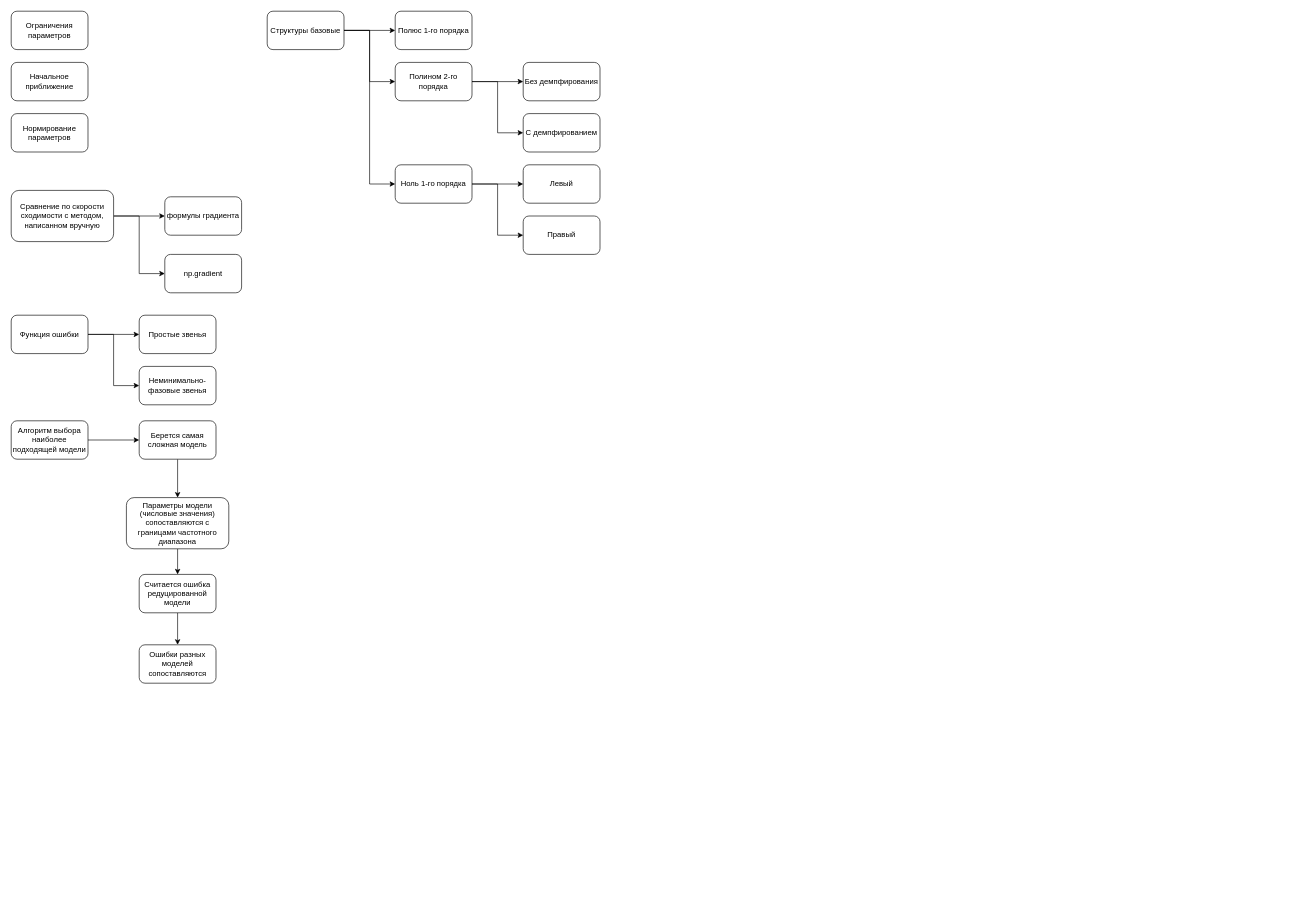
Before: diagrams/plan.drawio in romangorbunov91/frequency-models, a draw.io diagram. Source tidied: cells renumbered, new cells numbered last; positions are measured from the earlier drawing's top-left corner, leaving out a move shared by most shapes. Both pictures are drawn from the tidied source at 64%, with x=0, y=0 at pixel (11, 11).
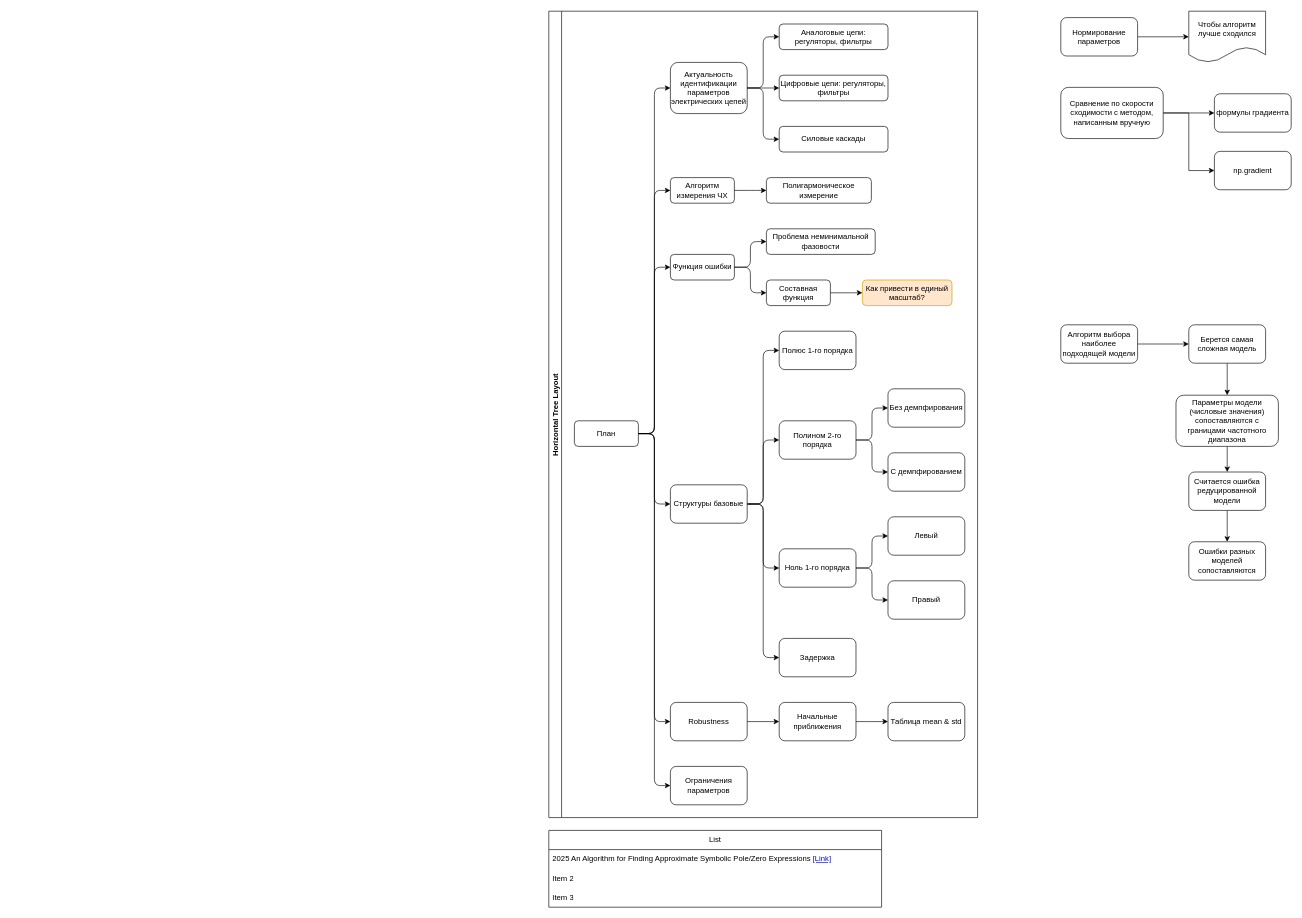
Above is the later version.

The edit, as a diff of the source:
```diff
@@
-    <mxCell id="2" style="edgeStyle=orthogonalEdgeStyle;rounded=0;jettySize=auto;html=1;" parent="1" edge="1" source="4" target="5">
-      <mxGeometry relative="1" as="geometry" />
-    </mxCell>
-    <mxCell id="3" style="edgeStyle=orthogonalEdgeStyle;rounded=0;jettySize=auto;html=1;entryX=0;entryY=0.5;entryDx=0;entryDy=0;" parent="1" edge="1" source="4" target="22">
-      <mxGeometry relative="1" as="geometry" />
-    </mxCell>
+    <mxCell id="39" value="List" style="swimlane;fontStyle=0;horizontal=1;startSize=30;whiteSpace=wrap;html=1;" parent="1" vertex="1">
+      <mxGeometry x="840" y="1280" width="520" height="120" as="geometry" />
+    </mxCell>
+    <mxCell id="40" value="&lt;span style=&quot;text-align: center;&quot;&gt;2025 An Algorithm for Finding Approximate Symbolic Pole/Zero Expressions &lt;a href=&quot;https://www.mdpi.com/2227-7390/13/20/3314&quot;&gt;[Link]&lt;/a&gt;&lt;/span&gt;" style="text;strokeColor=none;fillColor=none;align=left;verticalAlign=middle;spacingLeft=4;spacingRight=4;overflow=hidden;whiteSpace=wrap;html=1;" parent="39" vertex="1">
+      <mxGeometry y="30" width="520" height="30" as="geometry" />
+    </mxCell>
+    <mxCell id="41" value="Item 2" style="text;strokeColor=none;fillColor=none;align=left;verticalAlign=middle;spacingLeft=4;spacingRight=4;overflow=hidden;whiteSpace=wrap;html=1;" parent="39" vertex="1">
+      <mxGeometry y="60" width="520" height="30" as="geometry" />
+    </mxCell>
+    <mxCell id="42" value="Item 3" style="text;strokeColor=none;fillColor=none;align=left;verticalAlign=middle;spacingLeft=4;spacingRight=4;overflow=hidden;whiteSpace=wrap;html=1;" parent="39" vertex="1">
+      <mxGeometry y="90" width="520" height="30" as="geometry" />
+    </mxCell>
+    <mxCell id="43" value="Horizontal Tree Layout" style="swimlane;startSize=20;horizontal=0;horizontalTree=1;sortEdges=1;containerType=tree;fontSize=12;" parent="1" vertex="1">
+      <mxGeometry x="840" width="670" height="1260" as="geometry" />
+    </mxCell>
+    <mxCell id="44" value="План" style="whiteSpace=wrap;html=1;rounded=1;" parent="43" vertex="1">
+      <mxGeometry x="40" y="640" width="100" height="40" as="geometry" />
+    </mxCell>
+    <mxCell id="45" value="Актуальность идентификации параметров электрических цепей" style="whiteSpace=wrap;html=1;rounded=1;" parent="43" vertex="1">
+      <mxGeometry x="190" y="80" width="120" height="80" as="geometry" />
+    </mxCell>
+    <mxCell id="46" style="edgeStyle=elbowEdgeStyle;elbow=horizontal;html=1;rounded=1;curved=0;sourcePerimeterSpacing=0;targetPerimeterSpacing=0;startSize=6;endSize=6;" parent="43" edge="1" source="44" target="45">
+      <mxGeometry relative="1" as="geometry" />
+    </mxCell>
+    <mxCell id="47" value="Алгоритм измерения ЧХ" style="whiteSpace=wrap;html=1;rounded=1;" parent="43" vertex="1">
+      <mxGeometry x="190" y="260" width="100" height="40" as="geometry" />
+    </mxCell>
+    <mxCell id="48" style="edgeStyle=elbowEdgeStyle;elbow=horizontal;html=1;rounded=1;curved=0;sourcePerimeterSpacing=0;targetPerimeterSpacing=0;startSize=6;endSize=6;" parent="43" edge="1" source="44" target="47">
+      <mxGeometry relative="1" as="geometry" />
+    </mxCell>
+    <mxCell id="49" style="edgeStyle=elbowEdgeStyle;elbow=horizontal;html=1;rounded=1;curved=0;sourcePerimeterSpacing=0;targetPerimeterSpacing=0;startSize=6;endSize=6;" parent="43" edge="1" source="45" target="50">
+      <mxGeometry relative="1" as="geometry" />
+    </mxCell>
+    <mxCell id="50" value="Аналоговые цепи: регуляторы, фильтры" style="whiteSpace=wrap;html=1;rounded=1;" parent="43" vertex="1">
+      <mxGeometry x="360" y="20" width="170" height="40" as="geometry" />
+    </mxCell>
-    <mxCell id="4" value="Функция ошибки" style="whiteSpace=wrap;html=1;rounded=1;" parent="1" vertex="1">
-      <mxGeometry y="475" width="120" height="60" as="geometry" />
+    <mxCell id="4" value="Функция ошибки" style="whiteSpace=wrap;html=1;rounded=1;" parent="43" vertex="1">
+      <mxGeometry x="190" y="380" width="100" height="40" as="geometry" />
     </mxCell>
-    <mxCell id="5" value="Простые звенья" style="whiteSpace=wrap;html=1;rounded=1;" parent="1" vertex="1">
-      <mxGeometry x="200" y="475" width="120" height="60" as="geometry" />
-    </mxCell>
+    <mxCell id="51" style="edgeStyle=elbowEdgeStyle;elbow=horizontal;html=1;rounded=1;curved=0;sourcePerimeterSpacing=0;targetPerimeterSpacing=0;startSize=6;endSize=6;" parent="43" edge="1" source="44" target="4">
+      <mxGeometry relative="1" as="geometry" />
+    </mxCell>
+    <mxCell id="52" value="Цифровые цепи: регуляторы, фильтры" style="whiteSpace=wrap;html=1;rounded=1;" parent="43" vertex="1">
+      <mxGeometry x="360" y="100" width="170" height="40" as="geometry" />
+    </mxCell>
+    <mxCell id="53" style="edgeStyle=elbowEdgeStyle;elbow=horizontal;html=1;rounded=1;curved=0;sourcePerimeterSpacing=0;targetPerimeterSpacing=0;startSize=6;endSize=6;" parent="43" edge="1" source="45" target="52">
+      <mxGeometry relative="1" as="geometry" />
+    </mxCell>
+    <mxCell id="54" value="Силовые каскады" style="whiteSpace=wrap;html=1;rounded=1;" parent="43" vertex="1">
+      <mxGeometry x="360" y="180" width="170" height="40" as="geometry" />
+    </mxCell>
+    <mxCell id="55" style="edgeStyle=elbowEdgeStyle;elbow=horizontal;html=1;rounded=1;curved=0;sourcePerimeterSpacing=0;targetPerimeterSpacing=0;startSize=6;endSize=6;" parent="43" edge="1" source="45" target="54">
+      <mxGeometry relative="1" as="geometry" />
+    </mxCell>
+    <mxCell id="56" style="edgeStyle=elbowEdgeStyle;elbow=horizontal;html=1;rounded=1;curved=0;sourcePerimeterSpacing=0;targetPerimeterSpacing=0;startSize=6;endSize=6;" parent="43" edge="1" source="47" target="57">
+      <mxGeometry relative="1" as="geometry" />
+    </mxCell>
+    <mxCell id="57" value="Полигармоническое измерение" style="whiteSpace=wrap;html=1;rounded=1;" parent="43" vertex="1">
+      <mxGeometry x="340" y="260" width="164" height="40" as="geometry" />
+    </mxCell>
+    <mxCell id="58" style="edgeStyle=elbowEdgeStyle;elbow=horizontal;html=1;rounded=1;curved=0;sourcePerimeterSpacing=0;targetPerimeterSpacing=0;startSize=6;endSize=6;" parent="43" edge="1" source="4" target="59">
+      <mxGeometry relative="1" as="geometry" />
+    </mxCell>
+    <mxCell id="59" value="Проблема неминимальной фазовости" style="whiteSpace=wrap;html=1;rounded=1;" parent="43" vertex="1">
+      <mxGeometry x="340" y="340" width="170" height="40" as="geometry" />
+    </mxCell>
+    <mxCell id="60" value="Составная функция" style="whiteSpace=wrap;html=1;rounded=1;" parent="43" vertex="1">
+      <mxGeometry x="340" y="420" width="100" height="40" as="geometry" />
+    </mxCell>
+    <mxCell id="61" style="edgeStyle=elbowEdgeStyle;elbow=horizontal;html=1;rounded=1;curved=0;sourcePerimeterSpacing=0;targetPerimeterSpacing=0;startSize=6;endSize=6;" parent="43" edge="1" source="4" target="60">
+      <mxGeometry relative="1" as="geometry" />
+    </mxCell>
+    <mxCell id="62" style="edgeStyle=elbowEdgeStyle;elbow=horizontal;html=1;rounded=1;curved=0;sourcePerimeterSpacing=0;targetPerimeterSpacing=0;startSize=6;endSize=6;" parent="43" edge="1" source="60" target="63">
+      <mxGeometry relative="1" as="geometry" />
+    </mxCell>
+    <mxCell id="63" value="Как привести в единый масштаб?" style="whiteSpace=wrap;html=1;rounded=1;fillColor=#ffe6cc;strokeColor=#d79b00;" parent="43" vertex="1">
+      <mxGeometry x="490" y="420" width="140" height="40" as="geometry" />
+    </mxCell>
-    <mxCell id="6" style="edgeStyle=orthogonalEdgeStyle;rounded=0;jettySize=auto;html=1;" parent="1" edge="1" source="9" target="10">
+    <mxCell id="6" style="edgeStyle=elbowEdgeStyle;rounded=1;jettySize=auto;html=1;curved=0;" parent="43" edge="1" source="9" target="10">
       <mxGeometry relative="1" as="geometry" />
     </mxCell>
-    <mxCell id="7" style="edgeStyle=orthogonalEdgeStyle;rounded=0;jettySize=auto;html=1;entryX=0;entryY=0.5;entryDx=0;entryDy=0;" parent="1" edge="1" source="9" target="13">
+    <mxCell id="7" style="edgeStyle=elbowEdgeStyle;rounded=1;jettySize=auto;html=1;entryX=0;entryY=0.5;entryDx=0;entryDy=0;curved=0;" parent="43" edge="1" source="9" target="13">
       <mxGeometry relative="1" as="geometry" />
     </mxCell>
-    <mxCell id="8" style="edgeStyle=orthogonalEdgeStyle;rounded=0;jettySize=auto;html=1;entryX=0;entryY=0.5;entryDx=0;entryDy=0;" parent="1" edge="1" source="9" target="16">
+    <mxCell id="8" style="edgeStyle=elbowEdgeStyle;rounded=1;jettySize=auto;html=1;entryX=0;entryY=0.5;entryDx=0;entryDy=0;curved=0;" parent="43" edge="1" source="9" target="16">
       <mxGeometry relative="1" as="geometry" />
     </mxCell>
-    <mxCell id="9" value="Структуры базовые" style="whiteSpace=wrap;html=1;rounded=1;" parent="1" vertex="1">
-      <mxGeometry x="400" width="120" height="60" as="geometry" />
-    </mxCell>
+    <mxCell id="64" style="edgeStyle=elbowEdgeStyle;rounded=1;jettySize=auto;html=1;curved=0;" parent="43" edge="1" source="9" target="65">
+      <mxGeometry relative="1" as="geometry" />
+    </mxCell>
-    <mxCell id="10" value="Полюс 1-го порядка" style="whiteSpace=wrap;html=1;rounded=1;" parent="1" vertex="1">
-      <mxGeometry x="600" width="120" height="60" as="geometry" />
+    <mxCell id="10" value="Полюс 1-го порядка" style="whiteSpace=wrap;html=1;rounded=1;" parent="43" vertex="1">
+      <mxGeometry x="360" y="500" width="120" height="60" as="geometry" />
     </mxCell>
-    <mxCell id="11" style="edgeStyle=orthogonalEdgeStyle;rounded=0;jettySize=auto;html=1;" parent="1" edge="1" source="13" target="32">
+    <mxCell id="11" style="edgeStyle=elbowEdgeStyle;rounded=1;jettySize=auto;html=1;curved=0;" parent="43" edge="1" source="13" target="32">
       <mxGeometry relative="1" as="geometry" />
     </mxCell>
-    <mxCell id="12" style="edgeStyle=orthogonalEdgeStyle;rounded=0;jettySize=auto;html=1;entryX=0;entryY=0.5;entryDx=0;entryDy=0;" parent="1" edge="1" source="13" target="33">
-      <mxGeometry relative="1" as="geometry">
-        <Array as="points">
-          <mxPoint x="760" y="110" />
-          <mxPoint x="760" y="190" />
-        </Array>
-      </mxGeometry>
+    <mxCell id="12" style="edgeStyle=elbowEdgeStyle;rounded=1;jettySize=auto;html=1;entryX=0;entryY=0.5;entryDx=0;entryDy=0;curved=0;" parent="43" edge="1" source="13" target="33">
+      <mxGeometry relative="1" as="geometry" />
     </mxCell>
-    <mxCell id="13" value="Полином 2-го порядка" style="whiteSpace=wrap;html=1;rounded=1;" parent="1" vertex="1">
-      <mxGeometry x="600" y="80" width="120" height="60" as="geometry" />
+    <mxCell id="13" value="Полином 2-го порядка" style="whiteSpace=wrap;html=1;rounded=1;" parent="43" vertex="1">
+      <mxGeometry x="360" y="640" width="120" height="60" as="geometry" />
     </mxCell>
-    <mxCell id="14" style="edgeStyle=orthogonalEdgeStyle;rounded=0;jettySize=auto;html=1;" parent="1" edge="1" source="16" target="34">
+    <mxCell id="14" style="edgeStyle=elbowEdgeStyle;rounded=1;jettySize=auto;html=1;curved=0;" parent="43" edge="1" source="16" target="34">
       <mxGeometry relative="1" as="geometry" />
     </mxCell>
-    <mxCell id="15" style="edgeStyle=orthogonalEdgeStyle;rounded=0;jettySize=auto;html=1;entryX=0;entryY=0.5;entryDx=0;entryDy=0;" parent="1" edge="1" source="16" target="35">
-      <mxGeometry relative="1" as="geometry">
-        <Array as="points">
-          <mxPoint x="760" y="270" />
-          <mxPoint x="760" y="350" />
-        </Array>
-      </mxGeometry>
+    <mxCell id="15" style="edgeStyle=elbowEdgeStyle;rounded=1;jettySize=auto;html=1;entryX=0;entryY=0.5;entryDx=0;entryDy=0;curved=0;" parent="43" edge="1" source="16" target="35">
+      <mxGeometry relative="1" as="geometry" />
     </mxCell>
-    <mxCell id="16" value="Ноль 1-го порядка" style="whiteSpace=wrap;html=1;rounded=1;" parent="1" vertex="1">
-      <mxGeometry x="600" y="240" width="120" height="60" as="geometry" />
+    <mxCell id="16" value="Ноль 1-го порядка" style="whiteSpace=wrap;html=1;rounded=1;" parent="43" vertex="1">
+      <mxGeometry x="360" y="840" width="120" height="60" as="geometry" />
     </mxCell>
-    <mxCell id="17" style="edgeStyle=orthogonalEdgeStyle;rounded=0;jettySize=auto;html=1;entryX=0;entryY=0.5;entryDx=0;entryDy=0;" parent="1" edge="1" source="19" target="20">
-      <mxGeometry relative="1" as="geometry" />
-    </mxCell>
-    <mxCell id="18" style="edgeStyle=orthogonalEdgeStyle;rounded=0;jettySize=auto;html=1;entryX=0;entryY=0.5;entryDx=0;entryDy=0;" parent="1" edge="1" source="19" target="21">
-      <mxGeometry relative="1" as="geometry" />
-    </mxCell>
-    <mxCell id="19" value="Сравнение по скорости сходимости с методом, написанном вручную" style="rounded=1;whiteSpace=wrap;html=1;" parent="1" vertex="1">
-      <mxGeometry y="280" width="160" height="80" as="geometry" />
-    </mxCell>
+    <mxCell id="32" value="Без демпфирования" style="whiteSpace=wrap;html=1;rounded=1;" parent="43" vertex="1">
+      <mxGeometry x="530" y="590" width="120" height="60" as="geometry" />
+    </mxCell>
+    <mxCell id="33" value="С демпфированием" style="whiteSpace=wrap;html=1;rounded=1;" parent="43" vertex="1">
+      <mxGeometry x="530" y="690" width="120" height="60" as="geometry" />
+    </mxCell>
+    <mxCell id="34" value="Левый" style="whiteSpace=wrap;html=1;rounded=1;" parent="43" vertex="1">
+      <mxGeometry x="530" y="790" width="120" height="60" as="geometry" />
+    </mxCell>
+    <mxCell id="35" value="Правый" style="whiteSpace=wrap;html=1;rounded=1;" parent="43" vertex="1">
+      <mxGeometry x="530" y="890" width="120" height="60" as="geometry" />
+    </mxCell>
+    <mxCell id="65" value="Задержка" style="whiteSpace=wrap;html=1;rounded=1;" parent="43" vertex="1">
+      <mxGeometry x="360" y="980" width="120" height="60" as="geometry" />
+    </mxCell>
+    <mxCell id="9" value="Структуры базовые" style="whiteSpace=wrap;html=1;rounded=1;" parent="43" vertex="1">
+      <mxGeometry x="190" y="740" width="120" height="60" as="geometry" />
+    </mxCell>
+    <mxCell id="66" style="edgeStyle=elbowEdgeStyle;elbow=horizontal;html=1;rounded=1;curved=0;sourcePerimeterSpacing=0;targetPerimeterSpacing=0;startSize=6;endSize=6;exitX=1;exitY=0.5;exitDx=0;exitDy=0;entryX=0;entryY=0.5;entryDx=0;entryDy=0;" parent="43" edge="1" source="44" target="9">
+      <mxGeometry relative="1" as="geometry" />
+    </mxCell>
+    <mxCell id="67" value="Robustness" style="whiteSpace=wrap;html=1;rounded=1;" parent="43" vertex="1">
+      <mxGeometry x="190" y="1080" width="120" height="60" as="geometry" />
+    </mxCell>
+    <mxCell id="68" style="edgeStyle=elbowEdgeStyle;elbow=horizontal;html=1;rounded=1;curved=0;sourcePerimeterSpacing=0;targetPerimeterSpacing=0;startSize=6;endSize=6;exitX=1;exitY=0.5;exitDx=0;exitDy=0;entryX=0;entryY=0.5;entryDx=0;entryDy=0;" parent="43" edge="1" source="44" target="67">
+      <mxGeometry relative="1" as="geometry" />
+    </mxCell>
+    <mxCell id="69" style="edgeStyle=elbowEdgeStyle;elbow=horizontal;html=1;rounded=1;curved=0;sourcePerimeterSpacing=0;targetPerimeterSpacing=0;startSize=6;endSize=6;exitX=1;exitY=0.5;exitDx=0;exitDy=0;entryX=0;entryY=0.5;entryDx=0;entryDy=0;" parent="43" edge="1" source="67" target="70">
+      <mxGeometry relative="1" as="geometry" />
+    </mxCell>
+    <mxCell id="70" value="Начальные приближения" style="whiteSpace=wrap;html=1;rounded=1;" parent="43" vertex="1">
+      <mxGeometry x="360" y="1080" width="120" height="60" as="geometry" />
+    </mxCell>
+    <mxCell id="71" style="edgeStyle=elbowEdgeStyle;elbow=horizontal;html=1;rounded=1;curved=0;sourcePerimeterSpacing=0;targetPerimeterSpacing=0;startSize=6;endSize=6;exitX=1;exitY=0.5;exitDx=0;exitDy=0;entryX=0;entryY=0.5;entryDx=0;entryDy=0;" parent="43" edge="1" source="70" target="72">
+      <mxGeometry relative="1" as="geometry" />
+    </mxCell>
+    <mxCell id="72" value="Таблица mean &amp;amp; std" style="whiteSpace=wrap;html=1;rounded=1;" parent="43" vertex="1">
+      <mxGeometry x="530" y="1080" width="120" height="60" as="geometry" />
+    </mxCell>
+    <mxCell id="23" value="Ограничения параметров" style="whiteSpace=wrap;html=1;rounded=1;" parent="43" vertex="1">
+      <mxGeometry x="190" y="1180" width="120" height="60" as="geometry" />
+    </mxCell>
+    <mxCell id="73" style="edgeStyle=elbowEdgeStyle;elbow=horizontal;html=1;rounded=1;curved=0;sourcePerimeterSpacing=0;targetPerimeterSpacing=0;startSize=6;endSize=6;exitX=1;exitY=0.5;exitDx=0;exitDy=0;entryX=0;entryY=0.5;entryDx=0;entryDy=0;" parent="43" edge="1" source="44" target="23">
+      <mxGeometry relative="1" as="geometry" />
+    </mxCell>
+    <mxCell id="74" style="edgeStyle=orthogonalEdgeStyle;rounded=0;jettySize=auto;html=1;entryX=0;entryY=0.5;entryDx=0;entryDy=0;" parent="1" edge="1" source="76" target="20">
+      <mxGeometry relative="1" as="geometry" />
+    </mxCell>
+    <mxCell id="75" style="edgeStyle=orthogonalEdgeStyle;rounded=0;jettySize=auto;html=1;entryX=0;entryY=0.5;entryDx=0;entryDy=0;" parent="1" edge="1" source="76" target="21">
+      <mxGeometry relative="1" as="geometry" />
+    </mxCell>
+    <mxCell id="76" value="Сравнение по скорости сходимости с методом, написанны&lt;span style=&quot;background-color: transparent; color: light-dark(rgb(0, 0, 0), rgb(255, 255, 255));&quot;&gt;м вручную&lt;/span&gt;" style="rounded=1;whiteSpace=wrap;html=1;" parent="1" vertex="1">
+      <mxGeometry x="1640" y="119" width="160" height="80" as="geometry" />
+    </mxCell>
     <mxCell id="20" value="формулы градиента" style="rounded=1;whiteSpace=wrap;html=1;" parent="1" vertex="1">
-      <mxGeometry x="240" y="290" width="120" height="60" as="geometry" />
+      <mxGeometry x="1880" y="129" width="120" height="60" as="geometry" />
     </mxCell>
     <mxCell id="21" value="np.gradient" style="rounded=1;whiteSpace=wrap;html=1;" parent="1" vertex="1">
-      <mxGeometry x="240" y="380" width="120" height="60" as="geometry" />
+      <mxGeometry x="1880" y="219" width="120" height="60" as="geometry" />
     </mxCell>
-    <mxCell id="22" value="Неминимально-фазовые звенья" style="whiteSpace=wrap;html=1;rounded=1;" parent="1" vertex="1">
-      <mxGeometry x="200" y="555" width="120" height="60" as="geometry" />
-    </mxCell>
-    <mxCell id="23" value="Ограничения параметров" style="whiteSpace=wrap;html=1;rounded=1;" parent="1" vertex="1">
-      <mxGeometry width="120" height="60" as="geometry" />
-    </mxCell>
-    <mxCell id="24" value="Начальное приближение" style="whiteSpace=wrap;html=1;rounded=1;" parent="1" vertex="1">
-      <mxGeometry y="80" width="120" height="60" as="geometry" />
-    </mxCell>
+    <mxCell id="77" style="edgeStyle=orthogonalEdgeStyle;rounded=0;jettySize=auto;html=1;" parent="1" edge="1" source="25" target="78">
+      <mxGeometry relative="1" as="geometry" />
+    </mxCell>
     <mxCell id="25" value="Нормирование параметров" style="whiteSpace=wrap;html=1;rounded=1;" parent="1" vertex="1">
-      <mxGeometry y="160" width="120" height="60" as="geometry" />
+      <mxGeometry x="1640" y="10" width="120" height="60" as="geometry" />
     </mxCell>
@@
     <mxCell id="27" value="Алгоритм выбора наиболее подходящей модели" style="whiteSpace=wrap;html=1;rounded=1;" parent="1" vertex="1">
-      <mxGeometry y="640" width="120" height="60" as="geometry" />
+      <mxGeometry x="1640" y="490" width="120" height="60" as="geometry" />
     </mxCell>
@@
     <mxCell id="29" value="Берется самая сложная модель" style="whiteSpace=wrap;html=1;rounded=1;" parent="1" vertex="1">
-      <mxGeometry x="200" y="640" width="120" height="60" as="geometry" />
+      <mxGeometry x="1840" y="490" width="120" height="60" as="geometry" />
     </mxCell>
@@
     <mxCell id="31" value="Параметры модели (числовые значения) сопоставляются с границами частотного диапазона" style="whiteSpace=wrap;html=1;rounded=1;" parent="1" vertex="1">
-      <mxGeometry x="180" y="760" width="160" height="80" as="geometry" />
+      <mxGeometry x="1820" y="600" width="160" height="80" as="geometry" />
     </mxCell>
-    <mxCell id="32" value="Без демпфирования" style="whiteSpace=wrap;html=1;rounded=1;" parent="1" vertex="1">
-      <mxGeometry x="800" y="80" width="120" height="60" as="geometry" />
-    </mxCell>
-    <mxCell id="33" value="С демпфированием" style="whiteSpace=wrap;html=1;rounded=1;" parent="1" vertex="1">
-      <mxGeometry x="800" y="160" width="120" height="60" as="geometry" />
-    </mxCell>
-    <mxCell id="34" value="Левый" style="whiteSpace=wrap;html=1;rounded=1;" parent="1" vertex="1">
-      <mxGeometry x="800" y="240" width="120" height="60" as="geometry" />
-    </mxCell>
-    <mxCell id="35" value="Правый" style="whiteSpace=wrap;html=1;rounded=1;" parent="1" vertex="1">
-      <mxGeometry x="800" y="320" width="120" height="60" as="geometry" />
-    </mxCell>
@@
     <mxCell id="37" value="Считается ошибка редуцированной модели" style="whiteSpace=wrap;html=1;rounded=1;" parent="1" vertex="1">
-      <mxGeometry x="200" y="880" width="120" height="60" as="geometry" />
+      <mxGeometry x="1840" y="720" width="120" height="60" as="geometry" />
     </mxCell>
     <mxCell id="38" value="Ошибки разных моделей сопоставляются" style="whiteSpace=wrap;html=1;rounded=1;" parent="1" vertex="1">
-      <mxGeometry x="200" y="990" width="120" height="60" as="geometry" />
+      <mxGeometry x="1840" y="829" width="120" height="60" as="geometry" />
     </mxCell>
+    <mxCell id="78" value="Чтобы алгоритм лучше сходился" style="shape=document;whiteSpace=wrap;html=1;boundedLbl=1;rounded=1;" parent="1" vertex="1">
+      <mxGeometry x="1840" width="120" height="80" as="geometry" />
+    </mxCell>
```
